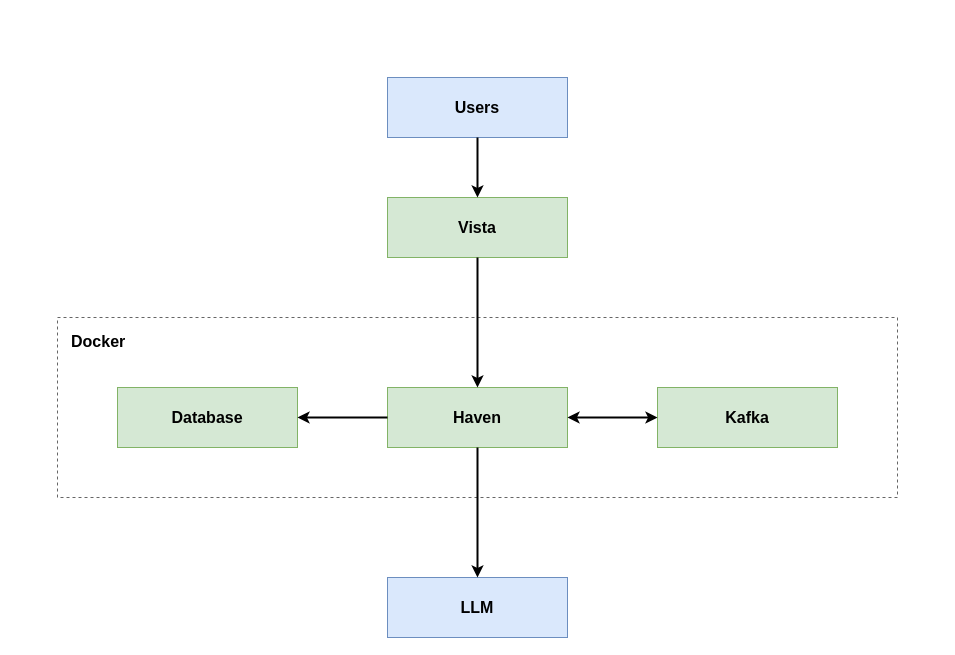
Earlier version of the draw.io diagram docs/diagrams-simple/01-system-architecture.drawio (DreamHom/haven). Source tidied: cells renumbered, new cells numbered last; positions are measured from the earlier drawing's top-left corner, leaving out a move shared by most shapes. Both pictures are drawn from the tidied source at 100%, with x=0, y=0 at pixel (57, 77).
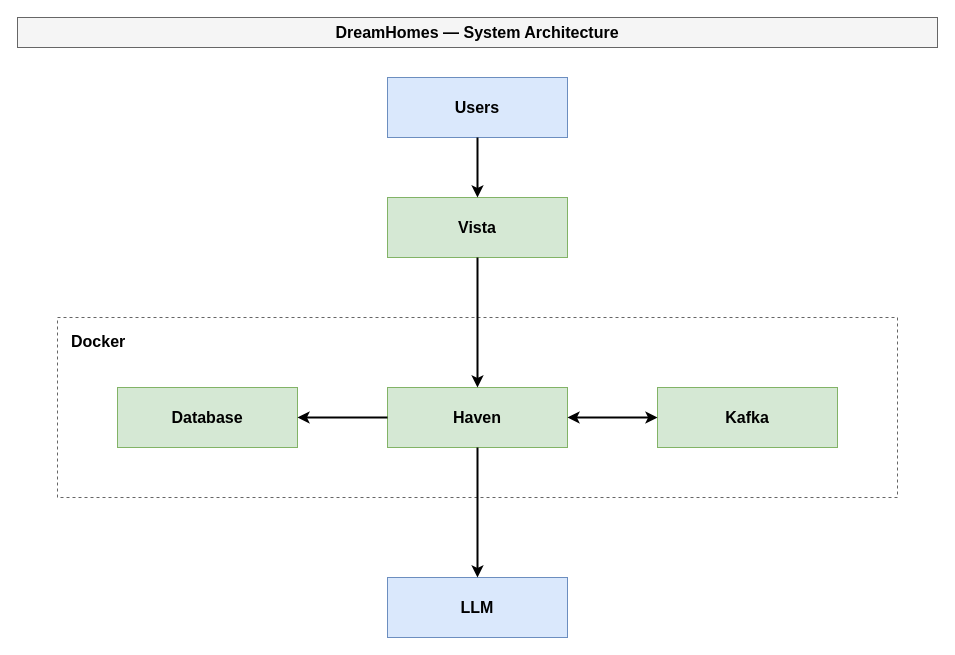
After the change.

Commit message (it also covers changes not shown here):
Update and expand system architecture diagram; add sequence diagrams for key workflows

The edit, as a diff of the source:
```diff
@@
 <mxGraphModel>
   <root>
     <mxCell id="0" />
     <mxCell id="1" parent="0" />
+    <mxCell id="14" value="DreamHomes — System Architecture" style="rounded=0;whiteSpace=wrap;html=1;fillColor=#f5f5f5;strokeColor=#666666;fontFamily=Helvetica;fontSize=16;fontStyle=1;align=center;verticalAlign=middle;" parent="1" vertex="1">
+      <mxGeometry x="-40" y="-60" width="920" height="30" as="geometry" />
+    </mxCell>
     <mxCell id="2" value="Users" style="rounded=0;whiteSpace=wrap;html=1;fillColor=#dae8fc;strokeColor=#6c8ebf;fontFamily=Helvetica;fontSize=16;fontStyle=1;" parent="1" vertex="1">
       <mxGeometry x="330" width="180" height="60" as="geometry" />
     </mxCell>
     <mxCell id="3" value="Vista" style="rounded=0;whiteSpace=wrap;html=1;fillColor=#d5e8d4;strokeColor=#82b366;fontFamily=Helvetica;fontSize=16;fontStyle=1;" parent="1" vertex="1">
       <mxGeometry x="330" y="120" width="180" height="60" as="geometry" />
     </mxCell>
     <mxCell id="4" value="Docker" style="rounded=0;whiteSpace=wrap;html=1;dashed=1;fillColor=none;strokeColor=#666666;fontFamily=Helvetica;fontSize=16;fontStyle=1;verticalAlign=top;align=left;spacingLeft=12;spacingTop=8;" parent="1" vertex="1">
       <mxGeometry y="240" width="840" height="180" as="geometry" />
     </mxCell>
     <mxCell id="5" value="Database" style="rounded=0;whiteSpace=wrap;html=1;fillColor=#d5e8d4;strokeColor=#82b366;fontFamily=Helvetica;fontSize=16;fontStyle=1;" parent="1" vertex="1">
       <mxGeometry x="60" y="310" width="180" height="60" as="geometry" />
     </mxCell>
     <mxCell id="6" value="Haven" style="rounded=0;whiteSpace=wrap;html=1;fillColor=#d5e8d4;strokeColor=#82b366;fontFamily=Helvetica;fontSize=16;fontStyle=1;" parent="1" vertex="1">
       <mxGeometry x="330" y="310" width="180" height="60" as="geometry" />
     </mxCell>
     <mxCell id="7" value="Kafka" style="rounded=0;whiteSpace=wrap;html=1;fillColor=#d5e8d4;strokeColor=#82b366;fontFamily=Helvetica;fontSize=16;fontStyle=1;" parent="1" vertex="1">
       <mxGeometry x="600" y="310" width="180" height="60" as="geometry" />
     </mxCell>
     <mxCell id="8" value="LLM" style="rounded=0;whiteSpace=wrap;html=1;fillColor=#dae8fc;strokeColor=#6c8ebf;fontFamily=Helvetica;fontSize=16;fontStyle=1;" parent="1" vertex="1">
       <mxGeometry x="330" y="500" width="180" height="60" as="geometry" />
     </mxCell>
     <mxCell id="9" style="edgeStyle=orthogonalEdgeStyle;rounded=0;html=1;exitX=0.5;exitY=1;exitDx=0;exitDy=0;entryX=0.5;entryY=0;entryDx=0;entryDy=0;endArrow=classic;strokeColor=#000000;strokeWidth=2;" parent="1" edge="1" source="2" target="3">
       <mxGeometry relative="1" as="geometry" />
     </mxCell>
     <mxCell id="10" style="edgeStyle=orthogonalEdgeStyle;rounded=0;html=1;exitX=0.5;exitY=1;exitDx=0;exitDy=0;entryX=0.5;entryY=0;entryDx=0;entryDy=0;endArrow=classic;strokeColor=#000000;strokeWidth=2;" parent="1" edge="1" source="3" target="6">
       <mxGeometry relative="1" as="geometry" />
     </mxCell>
     <mxCell id="11" style="edgeStyle=orthogonalEdgeStyle;rounded=0;html=1;exitX=0;exitY=0.5;exitDx=0;exitDy=0;entryX=1;entryY=0.5;entryDx=0;entryDy=0;endArrow=classic;strokeColor=#000000;strokeWidth=2;" parent="1" edge="1" source="6" target="5">
       <mxGeometry relative="1" as="geometry" />
     </mxCell>
     <mxCell id="12" style="edgeStyle=orthogonalEdgeStyle;rounded=0;html=1;exitX=1;exitY=0.5;exitDx=0;exitDy=0;entryX=0;entryY=0.5;entryDx=0;entryDy=0;endArrow=classic;startArrow=classic;strokeColor=#000000;strokeWidth=2;" parent="1" edge="1" source="6" target="7">
       <mxGeometry relative="1" as="geometry" />
     </mxCell>
     <mxCell id="13" style="edgeStyle=orthogonalEdgeStyle;rounded=0;html=1;exitX=0.5;exitY=1;exitDx=0;exitDy=0;entryX=0.5;entryY=0;entryDx=0;entryDy=0;endArrow=classic;strokeColor=#000000;strokeWidth=2;" parent="1" edge="1" source="6" target="8">
       <mxGeometry relative="1" as="geometry" />
     </mxCell>
   </root>
 </mxGraphModel>
```
